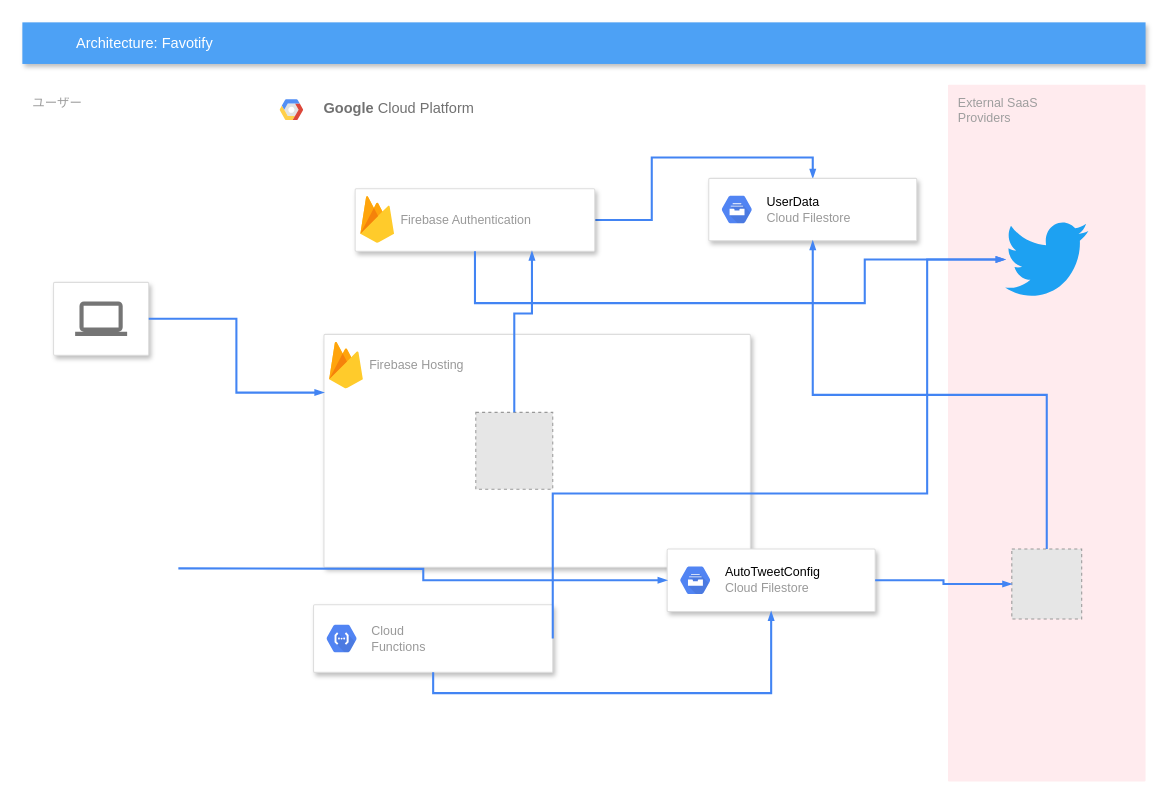
Before: page "Page-1" (1 of 3) of docs/archtecture.drawio in tokku5552/favotify, a draw.io diagram. Source tidied: cells renumbered, new cells numbered last; positions are measured from the earlier drawing's top-left corner, leaving out a move shared by most shapes. Both pictures are drawn from the tidied source at 104%, with x=0, y=0 at pixel (22, 22). Pictures stored in the file or linked from it are replaced by grey dashed boxes.
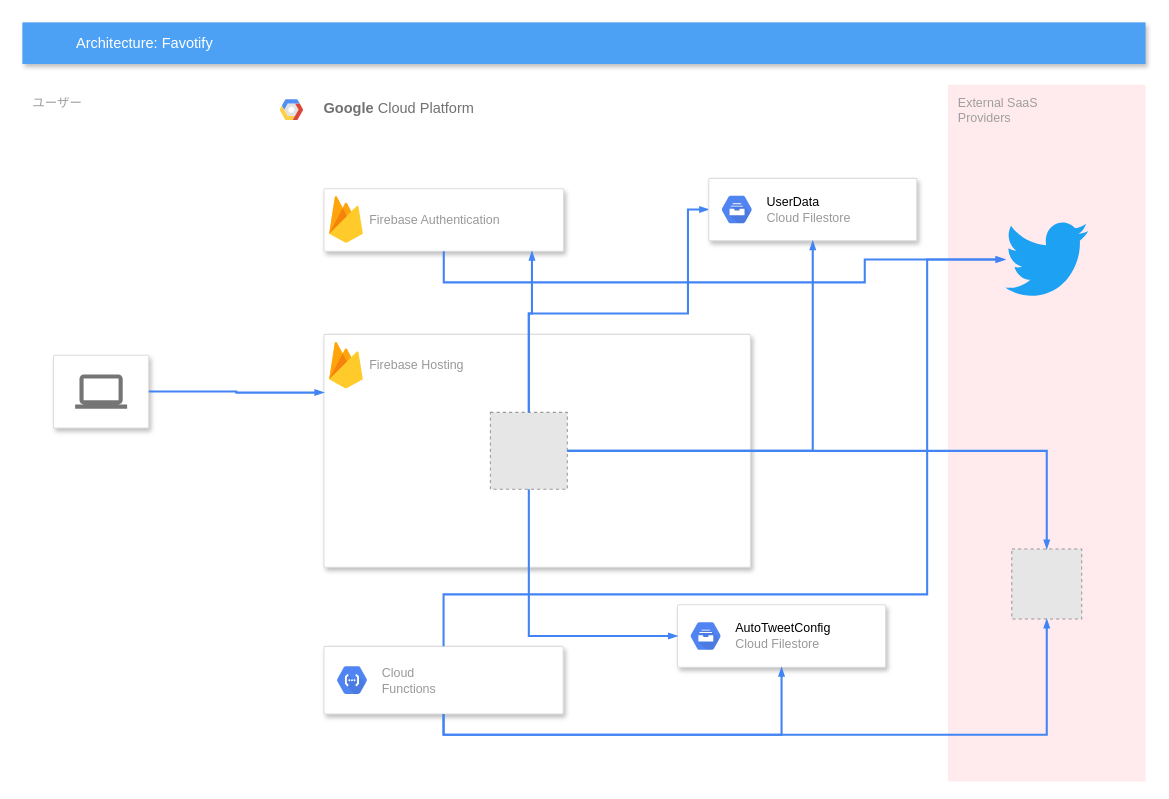
The same page after the edit.

Commit message:
関連線まで完成

The change refers to these unchanged cells:
```xml
<mxCell id="3" value="&lt;b&gt;Google&amp;nbsp;&lt;/b&gt;Cloud Platform" style="strokeColor=none;shadow=0;gradientColor=none;fontSize=14;align=left;spacing=10;fontColor=#717171;9E9E9E;verticalAlign=top;spacingTop=-4;fontStyle=0;spacingLeft=40;html=1;fillColor=#FFFFFF;" parent="1" vertex="1">
  <mxGeometry x="240" y="64" width="600" height="660" as="geometry" />
</mxCell>
<mxCell id="6" style="strokeColor=#dddddd;shadow=1;strokeWidth=1;rounded=1;absoluteArcSize=1;arcSize=2;fillColor=#FFFFFF;" parent="3" vertex="1">
  <mxGeometry x="50" y="236" width="410" height="224" as="geometry" />
</mxCell>
<mxCell id="13" style="strokeColor=#dddddd;shadow=1;strokeWidth=1;rounded=1;absoluteArcSize=1;arcSize=2;" parent="3" vertex="1">
  <mxGeometry x="420" y="86" width="200" height="60" as="geometry" />
</mxCell>
<mxCell id="24" style="fillColor=#E6E6E6;strokeColor=#999999;dashed=1;verticalLabelPosition=bottom;labelBackgroundColor=#ffffff;verticalAlign=top;" parent="1" vertex="1">
  <mxGeometry x="951.4" y="506.4" width="67.2" height="67.2" as="geometry" />
</mxCell>
<mxCell id="25" style="dashed=0;outlineConnect=0;html=1;align=center;labelPosition=center;verticalLabelPosition=bottom;verticalAlign=top;shape=mxgraph.weblogos.twitter;fillColor=#1DA1F2;strokeColor=none;" parent="1" vertex="1">
  <mxGeometry x="945" y="190" width="80" height="76" as="geometry" />
</mxCell>
```

What changed in the source:
```diff
@@
     <mxCell id="4" style="strokeColor=#dddddd;shadow=1;strokeWidth=1;rounded=1;absoluteArcSize=1;arcSize=2;fillColor=#FFFFFF;" parent="3" vertex="1">
-      <mxGeometry x="40" y="496" width="230" height="65" as="geometry" />
+      <mxGeometry x="50" y="536" width="230" height="65" as="geometry" />
     </mxCell>
@@
     <mxCell id="8" style="fillColor=#E6E6E6;strokeColor=#999999;dashed=1;verticalLabelPosition=bottom;labelBackgroundColor=#ffffff;verticalAlign=top;" parent="6" vertex="1">
-      <mxGeometry x="146" y="75" width="74" height="74" as="geometry" />
+      <mxGeometry x="160" y="75" width="74" height="74" as="geometry" />
     </mxCell>
-    <mxCell id="9" style="edgeStyle=orthogonalEdgeStyle;rounded=0;elbow=vertical;html=1;labelBackgroundColor=none;startFill=1;startSize=4;endArrow=blockThin;endFill=1;endSize=4;jettySize=auto;strokeColor=#4284F3;strokeWidth=2;fontSize=12;fontColor=#000000;align=left;dashed=0;exitX=1;exitY=0.5;exitDx=0;exitDy=0;entryX=0.5;entryY=0;entryDx=0;entryDy=0;" parent="3" edge="1" source="10" target="13">
-      <mxGeometry relative="1" as="geometry" />
+    <mxCell id="9" style="edgeStyle=orthogonalEdgeStyle;rounded=0;elbow=vertical;html=1;labelBackgroundColor=none;startFill=1;startSize=4;endArrow=blockThin;endFill=1;endSize=4;jettySize=auto;strokeColor=#4284F3;strokeWidth=2;fontSize=12;fontColor=#000000;align=left;dashed=0;exitX=0.5;exitY=0;exitDx=0;exitDy=0;entryX=0;entryY=0.5;entryDx=0;entryDy=0;entryPerimeter=0;" parent="3" edge="1" source="8" target="13">
+      <mxGeometry relative="1" as="geometry">
+        <Array as="points">
+          <mxPoint x="247" y="216" />
+          <mxPoint x="400" y="216" />
+          <mxPoint x="400" y="116" />
+        </Array>
+      </mxGeometry>
     </mxCell>
     <mxCell id="10" style="strokeColor=#dddddd;shadow=1;strokeWidth=1;rounded=1;absoluteArcSize=1;arcSize=2;fillColor=#FFFFFF;" parent="3" vertex="1">
-      <mxGeometry x="80" y="96" width="230.4" height="60" as="geometry" />
+      <mxGeometry x="50" y="96" width="230.4" height="60" as="geometry" />
     </mxCell>
@@
     <mxCell id="15" style="strokeColor=#dddddd;shadow=1;strokeWidth=1;rounded=1;absoluteArcSize=1;arcSize=2;" parent="3" vertex="1">
-      <mxGeometry x="380" y="442.4" width="200" height="60" as="geometry" />
+      <mxGeometry x="390" y="496" width="200" height="60" as="geometry" />
     </mxCell>
@@
+    <mxCell id="30" style="edgeStyle=orthogonalEdgeStyle;rounded=0;elbow=vertical;html=1;labelBackgroundColor=none;startFill=1;startSize=4;endArrow=blockThin;endFill=1;endSize=4;jettySize=auto;strokeColor=#4284F3;strokeWidth=2;fontSize=12;fontColor=#000000;align=left;dashed=0;exitX=1;exitY=0.5;exitDx=0;exitDy=0;entryX=0.5;entryY=1;entryDx=0;entryDy=0;" parent="3" edge="1" source="8" target="13">
+      <mxGeometry relative="1" as="geometry" />
+    </mxCell>
+    <mxCell id="28" style="edgeStyle=orthogonalEdgeStyle;fontSize=12;html=1;endArrow=blockThin;endFill=1;rounded=0;strokeWidth=2;endSize=4;startSize=4;dashed=0;strokeColor=#4284F3;exitX=0.5;exitY=1;exitDx=0;exitDy=0;entryX=0;entryY=0.5;entryDx=0;entryDy=0;" parent="3" edge="1" source="8" target="15">
+      <mxGeometry relative="1" as="geometry" />
+    </mxCell>
@@
     <mxCell id="20" style="strokeColor=#dddddd;fillColor=#ffffff;shadow=1;strokeWidth=1;rounded=1;absoluteArcSize=1;arcSize=2;labelPosition=center;verticalLabelPosition=middle;align=center;verticalAlign=bottom;spacingLeft=0;fontColor=#999999;fontSize=12;whiteSpace=wrap;spacingBottom=2;html=1;" parent="1" vertex="1">
-      <mxGeometry x="30" y="250" width="91.5" height="70" as="geometry" />
+      <mxGeometry x="30" y="320" width="91.5" height="70" as="geometry" />
     </mxCell>
@@
-    <mxCell id="26" style="edgeStyle=orthogonalEdgeStyle;rounded=0;elbow=vertical;html=1;labelBackgroundColor=none;startFill=1;startSize=4;endArrow=blockThin;endFill=1;endSize=4;jettySize=auto;strokeColor=#4284F3;strokeWidth=2;fontSize=12;fontColor=#000000;align=left;dashed=0;exitX=1;exitY=0.5;exitDx=0;exitDy=0;startArrow=none;" parent="1" edge="1" source="15" target="24">
+    <mxCell id="26" style="edgeStyle=orthogonalEdgeStyle;rounded=0;elbow=vertical;html=1;labelBackgroundColor=none;startFill=1;startSize=4;endArrow=blockThin;endFill=1;endSize=4;jettySize=auto;strokeColor=#4284F3;strokeWidth=2;fontSize=12;fontColor=#000000;align=left;dashed=0;exitX=0.5;exitY=1;exitDx=0;exitDy=0;startArrow=none;" parent="1" edge="1" source="4" target="24">
       <mxGeometry relative="1" as="geometry" />
     </mxCell>
     <mxCell id="27" style="edgeStyle=orthogonalEdgeStyle;rounded=0;elbow=vertical;html=1;labelBackgroundColor=none;startFill=1;startSize=4;endArrow=blockThin;endFill=1;endSize=4;jettySize=auto;strokeColor=#4284F3;strokeWidth=2;fontSize=12;fontColor=#000000;align=left;dashed=0;startArrow=none;exitX=0.5;exitY=1;exitDx=0;exitDy=0;" parent="1" edge="1" source="10" target="25">
       <mxGeometry relative="1" as="geometry">
         <Array as="points">
-          <mxPoint x="435" y="270" />
-          <mxPoint x="810" y="270" />
+          <mxPoint x="405" y="250" />
+          <mxPoint x="810" y="250" />
           <mxPoint x="810" y="228" />
         </Array>
       </mxGeometry>
     </mxCell>
-    <mxCell id="28" style="edgeStyle=orthogonalEdgeStyle;fontSize=12;html=1;endArrow=blockThin;endFill=1;rounded=0;strokeWidth=2;endSize=4;startSize=4;dashed=0;strokeColor=#4284F3;exitX=1;exitY=0.5;exitDx=0;exitDy=0;entryX=0;entryY=0.5;entryDx=0;entryDy=0;" parent="1" edge="1" target="15">
-      <mxGeometry relative="1" as="geometry">
-        <mxPoint x="150" y="525" as="sourcePoint" />
-      </mxGeometry>
-    </mxCell>
-    <mxCell id="29" style="edgeStyle=orthogonalEdgeStyle;rounded=0;elbow=vertical;html=1;labelBackgroundColor=none;startFill=1;startSize=4;endArrow=blockThin;endFill=1;endSize=4;jettySize=auto;strokeColor=#4284F3;strokeWidth=2;fontSize=12;fontColor=#000000;align=left;dashed=0;exitX=1;exitY=0.5;exitDx=0;exitDy=0;startArrow=none;" parent="1" edge="1" source="4" target="25">
+    <mxCell id="29" style="edgeStyle=orthogonalEdgeStyle;rounded=0;elbow=vertical;html=1;labelBackgroundColor=none;startFill=1;startSize=4;endArrow=blockThin;endFill=1;endSize=4;jettySize=auto;strokeColor=#4284F3;strokeWidth=2;fontSize=12;fontColor=#000000;align=left;dashed=0;exitX=0.5;exitY=0;exitDx=0;exitDy=0;startArrow=none;" parent="1" edge="1" source="4" target="25">
       <mxGeometry relative="1" as="geometry">
         <Array as="points">
-          <mxPoint x="870" y="453" />
+          <mxPoint x="405" y="550" />
+          <mxPoint x="870" y="550" />
           <mxPoint x="870" y="228" />
         </Array>
       </mxGeometry>
     </mxCell>
-    <mxCell id="30" style="edgeStyle=orthogonalEdgeStyle;rounded=0;elbow=vertical;html=1;labelBackgroundColor=none;startFill=1;startSize=4;endArrow=blockThin;endFill=1;endSize=4;jettySize=auto;strokeColor=#4284F3;strokeWidth=2;fontSize=12;fontColor=#000000;align=left;dashed=0;exitX=0.5;exitY=0;exitDx=0;exitDy=0;entryX=0.5;entryY=1;entryDx=0;entryDy=0;" parent="1" edge="1" source="24" target="13">
-      <mxGeometry relative="1" as="geometry" />
-    </mxCell>
+    <mxCell id="31" style="edgeStyle=orthogonalEdgeStyle;fontSize=12;html=1;endArrow=blockThin;endFill=1;rounded=0;strokeWidth=2;endSize=4;startSize=4;dashed=0;strokeColor=#4284F3;exitX=1;exitY=0.5;exitDx=0;exitDy=0;entryX=0.5;entryY=0;entryDx=0;entryDy=0;" parent="1" edge="1" source="8" target="24">
+      <mxGeometry relative="1" as="geometry" />
+    </mxCell>
```
